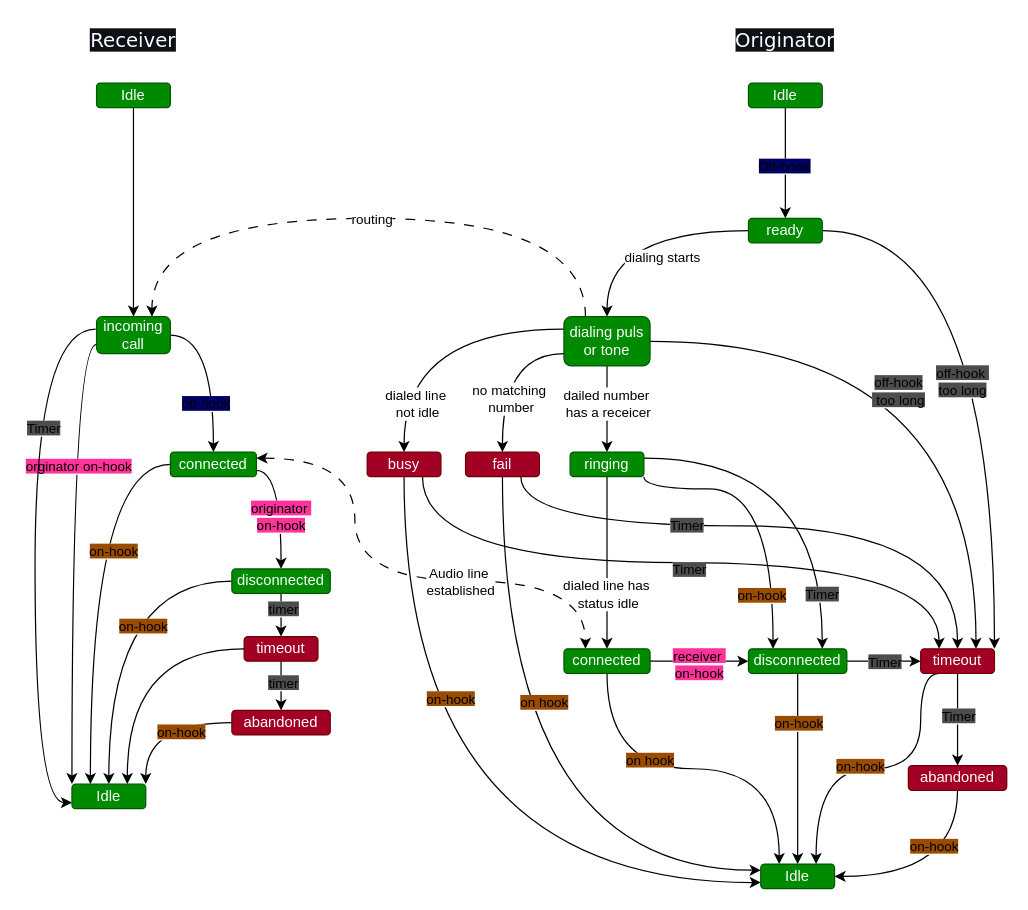
Earlier version of the draw.io diagram docs/PhoneStatusflowshart.drawio (ondfrukt/ProofOfConcept). Source tidied: cells renumbered, new cells numbered last; positions are measured from the earlier drawing's top-left corner, leaving out a move shared by most shapes. Both pictures are drawn from the tidied source at 123%, with x=0, y=0 at pixel (34, 21).
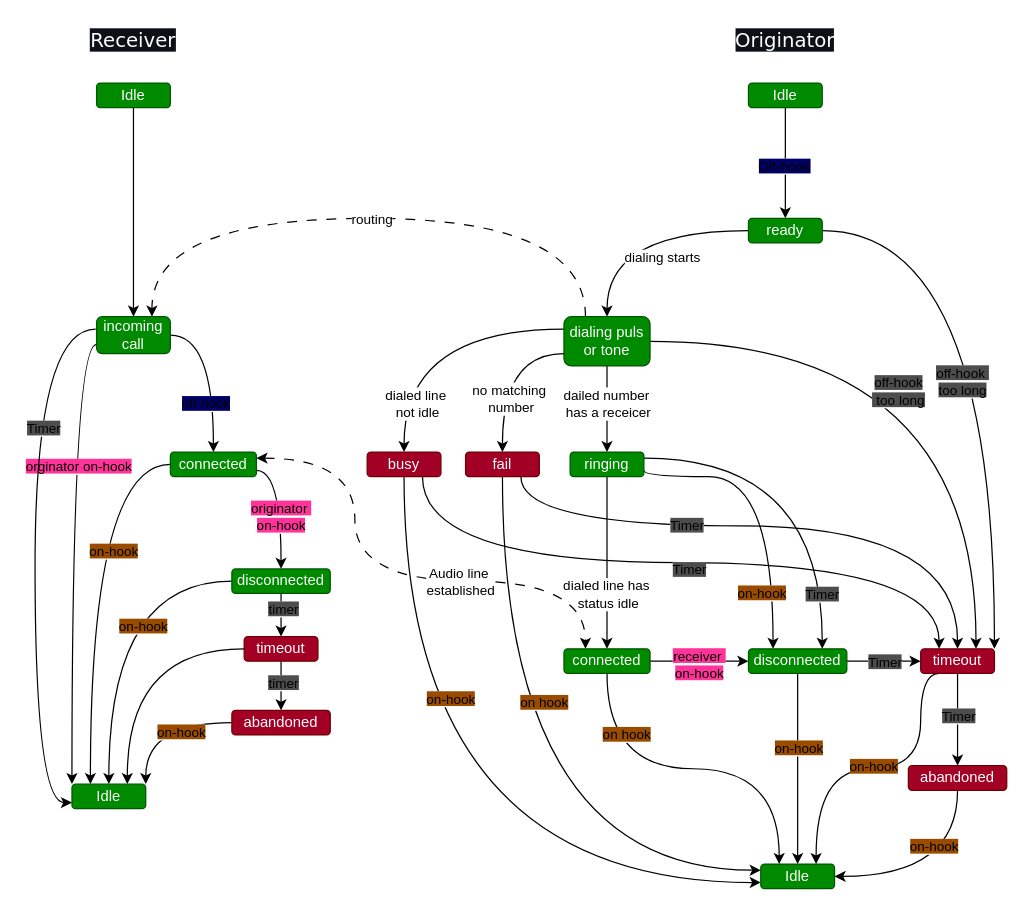
The same page after the edit.

Unchanged cells that the change refers to:
```xml
<mxCell id="21" style="edgeStyle=orthogonalEdgeStyle;curved=1;rounded=0;jettySize=auto;html=1;exitX=0.25;exitY=1;exitDx=0;exitDy=0;entryX=0.75;entryY=0;entryDx=0;entryDy=0;" parent="1" edge="1" source="23" target="55">
  <mxGeometry relative="1" as="geometry">
    <Array as="points">
      <mxPoint x="720" y="530" />
      <mxPoint x="720" y="608" />
      <mxPoint x="635" y="608" />
    </Array>
  </mxGeometry>
</mxCell>
<mxCell id="39" value="ringing" style="rounded=1;whiteSpace=wrap;html=1;fillColor=#008a00;strokeColor=#005700;fontColor=#ffffff;" parent="1" vertex="1">
  <mxGeometry x="435" y="350" width="60" height="20" as="geometry" />
</mxCell>
<mxCell id="40" style="edgeStyle=orthogonalEdgeStyle;curved=1;rounded=0;jettySize=auto;html=1;exitX=0.5;exitY=1;exitDx=0;exitDy=0;entryX=0.25;entryY=0;entryDx=0;entryDy=0;" parent="1" edge="1" source="44" target="55">
  <mxGeometry relative="1" as="geometry" />
</mxCell>
<mxCell id="49" style="edgeStyle=orthogonalEdgeStyle;curved=1;rounded=0;jettySize=auto;html=1;exitX=0.5;exitY=1;exitDx=0;exitDy=0;entryX=0.5;entryY=0;entryDx=0;entryDy=0;" parent="1" edge="1" source="51" target="55">
  <mxGeometry relative="1" as="geometry" />
</mxCell>
<mxCell id="51" value="disconnected" style="rounded=1;whiteSpace=wrap;html=1;fillColor=#008a00;strokeColor=#005700;fontColor=#ffffff;" parent="1" vertex="1">
  <mxGeometry x="580" y="510" width="80" height="20" as="geometry" />
</mxCell>
```

What changed in the source:
```diff
@@
     <mxCell id="22" value="&lt;span style=&quot;background-color: rgb(153, 76, 0);&quot;&gt;on-hook&lt;/span&gt;" style="edgeLabel;html=1;align=center;verticalAlign=middle;fontFamily=Helvetica;fontSize=11;fontColor=default;labelBackgroundColor=default;" parent="21" vertex="1">
       <mxGeometry x="0.13" y="1" relative="1" as="geometry">
-        <mxPoint x="1" y="-4" as="offset" />
+        <mxPoint x="12" y="-4" as="offset" />
       </mxGeometry>
     </mxCell>
@@
-    <mxCell id="35" style="edgeStyle=orthogonalEdgeStyle;html=1;exitX=1;exitY=1;exitDx=0;exitDy=0;entryX=0.25;entryY=0;entryDx=0;entryDy=0;curved=1;" parent="1" edge="1" source="39" target="51">
+    <mxCell id="35" style="edgeStyle=orthogonalEdgeStyle;html=1;exitX=1;exitY=0.75;exitDx=0;exitDy=0;entryX=0.25;entryY=0;entryDx=0;entryDy=0;curved=1;" parent="1" edge="1" source="39" target="51">
       <mxGeometry relative="1" as="geometry">
         <Array as="points">
-          <mxPoint x="495" y="380" />
-          <mxPoint x="600" y="380" />
+          <mxPoint x="495" y="370" />
+          <mxPoint x="600" y="370" />
         </Array>
       </mxGeometry>
     </mxCell>
@@
     <mxCell id="41" value="&lt;span style=&quot;background-color: rgb(153, 76, 0);&quot;&gt;on hook&lt;/span&gt;" style="edgeLabel;html=1;align=center;verticalAlign=middle;" parent="40" vertex="1">
       <mxGeometry x="-0.06" y="1" relative="1" as="geometry">
-        <mxPoint x="-27" y="-6" as="offset" />
+        <mxPoint x="-46" y="-27" as="offset" />
       </mxGeometry>
     </mxCell>
@@
     <mxCell id="50" value="&lt;span style=&quot;background-color: rgb(153, 76, 0);&quot;&gt;on-hook&lt;/span&gt;" style="edgeLabel;html=1;align=center;verticalAlign=middle;" parent="49" vertex="1">
       <mxGeometry x="-0.11" y="-12" relative="1" as="geometry">
-        <mxPoint x="12" y="-29" as="offset" />
+        <mxPoint x="12" y="-9" as="offset" />
       </mxGeometry>
     </mxCell>
```
